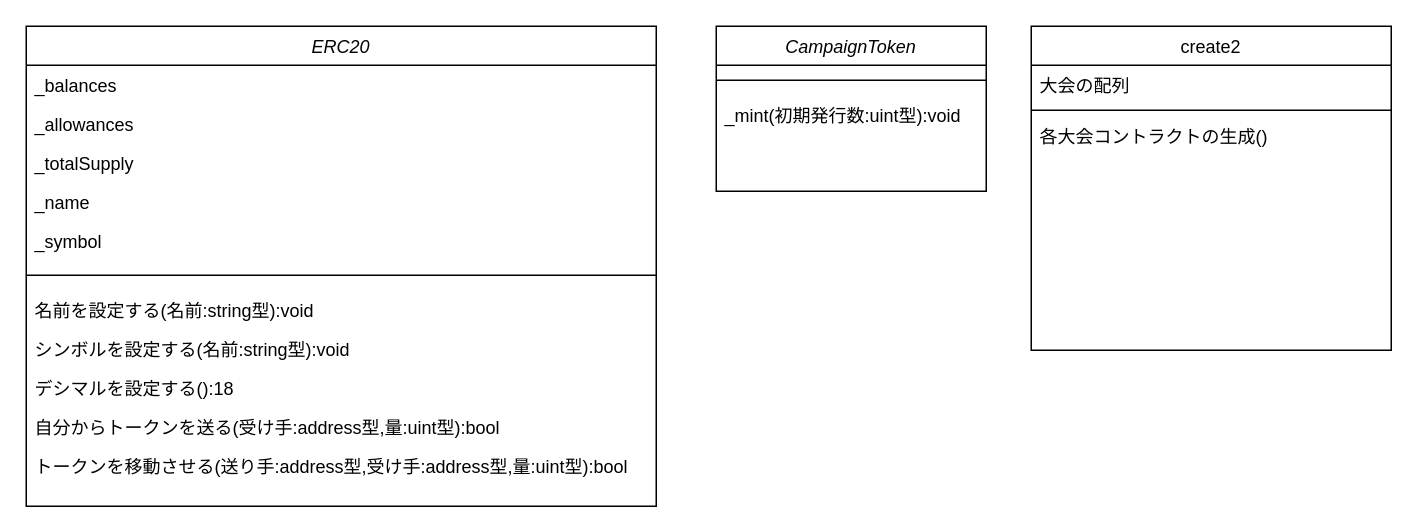
Above: BCTクラス図.drawio in SerialExperimentsNicolain/ArsenalGear (draw.io), before the change. Source tidied: cells renumbered, new cells numbered last; positions are measured from the earlier drawing's top-left corner, leaving out a move shared by most shapes. Both pictures are drawn from the tidied source at 150%, with x=0, y=0 at pixel (26, 26).
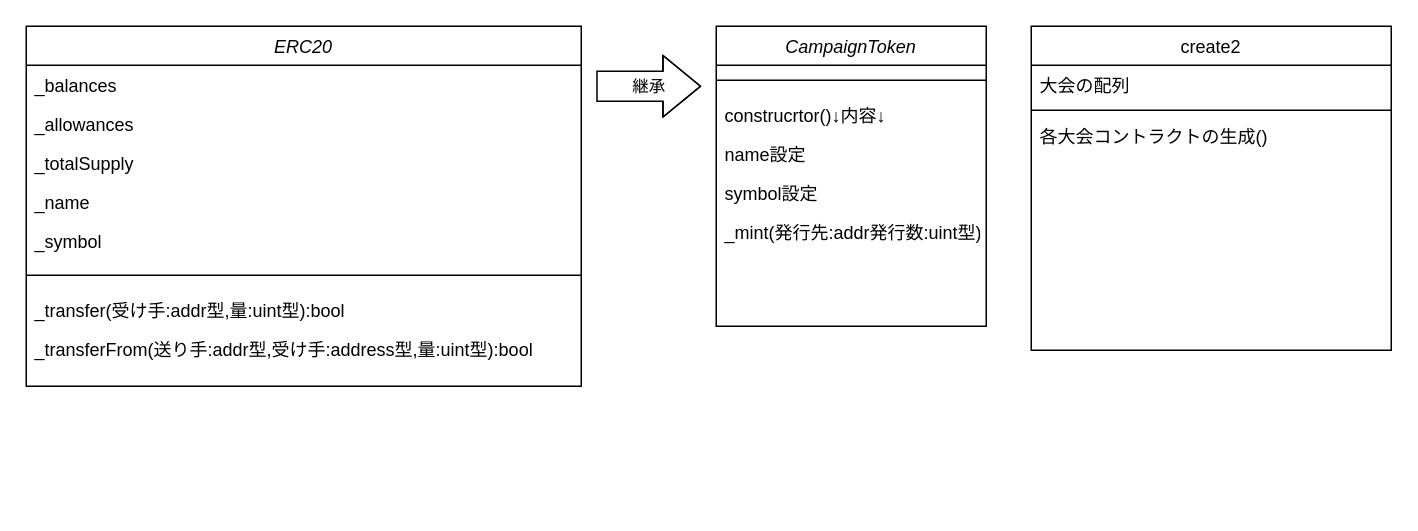
The same diagram, later.

Commit message:
BCTクラス図.drawio を更新します

Diff of the diagram source:
```diff
@@
     <mxCell id="2" value="CampaignToken" style="swimlane;fontStyle=2;align=center;verticalAlign=top;horizontal=1;startSize=26;rounded=0;shadow=0;strokeWidth=1;" parent="1" vertex="1">
-      <mxGeometry x="460" width="180" height="110" as="geometry" />
+      <mxGeometry x="460" width="180" height="200" as="geometry" />
     </mxCell>
@@
-    <mxCell id="4" value="_mint(初期発行数:uint型):void" style="text;align=left;verticalAlign=top;spacingLeft=4;spacingRight=4;overflow=hidden;" parent="2" vertex="1">
+    <mxCell id="4" value="construcrtor()↓内容↓" style="text;align=left;verticalAlign=top;spacingLeft=4;spacingRight=4;overflow=hidden;" parent="2" vertex="1">
       <mxGeometry y="46" width="180" height="26" as="geometry" />
     </mxCell>
+    <mxCell id="21" value="name設定" style="text;align=left;verticalAlign=top;spacingLeft=4;spacingRight=4;overflow=hidden;" parent="2" vertex="1">
+      <mxGeometry y="72" width="180" height="26" as="geometry" />
+    </mxCell>
+    <mxCell id="22" value="symbol設定" style="text;align=left;verticalAlign=top;spacingLeft=4;spacingRight=4;overflow=hidden;" parent="2" vertex="1">
+      <mxGeometry y="98" width="180" height="26" as="geometry" />
+    </mxCell>
+    <mxCell id="23" value="_mint(発行先:addr発行数:uint型)" style="text;align=left;verticalAlign=top;spacingLeft=4;spacingRight=4;overflow=hidden;" parent="2" vertex="1">
+      <mxGeometry y="124" width="180" height="26" as="geometry" />
+    </mxCell>
@@
     <mxCell id="9" value="ERC20" style="swimlane;fontStyle=2;align=center;verticalAlign=top;horizontal=1;startSize=26;rounded=0;shadow=0;strokeWidth=1;" parent="1" vertex="1">
-      <mxGeometry width="420" height="320" as="geometry" />
+      <mxGeometry width="370" height="240" as="geometry" />
     </mxCell>
     <mxCell id="10" value="_balances" style="text;align=left;verticalAlign=top;spacingLeft=4;spacingRight=4;overflow=hidden;" parent="9" vertex="1">
-      <mxGeometry y="26" width="420" height="26" as="geometry" />
+      <mxGeometry y="26" width="370" height="26" as="geometry" />
     </mxCell>
     <mxCell id="11" value="_allowances" style="text;align=left;verticalAlign=top;spacingLeft=4;spacingRight=4;overflow=hidden;" parent="9" vertex="1">
-      <mxGeometry y="52" width="420" height="26" as="geometry" />
+      <mxGeometry y="52" width="370" height="26" as="geometry" />
     </mxCell>
     <mxCell id="12" value="_totalSupply" style="text;align=left;verticalAlign=top;spacingLeft=4;spacingRight=4;overflow=hidden;" parent="9" vertex="1">
-      <mxGeometry y="78" width="420" height="26" as="geometry" />
+      <mxGeometry y="78" width="370" height="26" as="geometry" />
     </mxCell>
     <mxCell id="13" value="_name" style="text;align=left;verticalAlign=top;spacingLeft=4;spacingRight=4;overflow=hidden;" parent="9" vertex="1">
-      <mxGeometry y="104" width="420" height="26" as="geometry" />
+      <mxGeometry y="104" width="370" height="26" as="geometry" />
     </mxCell>
     <mxCell id="14" value="_symbol" style="text;align=left;verticalAlign=top;spacingLeft=4;spacingRight=4;overflow=hidden;" parent="9" vertex="1">
-      <mxGeometry y="130" width="420" height="26" as="geometry" />
+      <mxGeometry y="130" width="370" height="26" as="geometry" />
     </mxCell>
     <mxCell id="15" style="line;html=1;strokeWidth=1;align=left;verticalAlign=middle;spacingTop=-1;spacingLeft=3;spacingRight=3;labelPosition=right;" parent="9" vertex="1">
-      <mxGeometry y="156" width="420" height="20" as="geometry" />
+      <mxGeometry y="156" width="370" height="20" as="geometry" />
     </mxCell>
-    <mxCell id="16" value="名前を設定する(名前:string型):void" style="text;align=left;verticalAlign=top;spacingLeft=4;spacingRight=4;overflow=hidden;" parent="9" vertex="1">
-      <mxGeometry y="176" width="420" height="26" as="geometry" />
-    </mxCell>
-    <mxCell id="17" value="シンボルを設定する(名前:string型):void" style="text;align=left;verticalAlign=top;spacingLeft=4;spacingRight=4;overflow=hidden;" parent="9" vertex="1">
-      <mxGeometry y="202" width="420" height="26" as="geometry" />
-    </mxCell>
-    <mxCell id="18" value="デシマルを設定する():18" style="text;align=left;verticalAlign=top;spacingLeft=4;spacingRight=4;overflow=hidden;" parent="9" vertex="1">
-      <mxGeometry y="228" width="420" height="26" as="geometry" />
-    </mxCell>
-    <mxCell id="19" value="自分からトークンを送る(受け手:address型,量:uint型):bool" style="text;align=left;verticalAlign=top;spacingLeft=4;spacingRight=4;overflow=hidden;" parent="9" vertex="1">
-      <mxGeometry y="254" width="420" height="26" as="geometry" />
+    <mxCell id="19" value="_transfer(受け手:addr型,量:uint型):bool" style="text;align=left;verticalAlign=top;spacingLeft=4;spacingRight=4;overflow=hidden;" parent="9" vertex="1">
+      <mxGeometry y="176" width="370" height="26" as="geometry" />
     </mxCell>
-    <mxCell id="20" value="トークンを移動させる(送り手:address型,受け手:address型,量:uint型):bool" style="text;align=left;verticalAlign=top;spacingLeft=4;spacingRight=4;overflow=hidden;" parent="9" vertex="1">
-      <mxGeometry y="280" width="420" height="26" as="geometry" />
+    <mxCell id="20" value="_transferFrom(送り手:addr型,受け手:address型,量:uint型):bool" style="text;align=left;verticalAlign=top;spacingLeft=4;spacingRight=4;overflow=hidden;" parent="9" vertex="1">
+      <mxGeometry y="202" width="370" height="26" as="geometry" />
     </mxCell>
+    <mxCell id="24" value="継承" style="shape=flexArrow;endArrow=classic;html=1;rounded=0;width=20;endSize=8;" parent="1" edge="1">
+      <mxGeometry relative="1" as="geometry">
+        <mxPoint x="380" y="40" as="sourcePoint" />
+        <mxPoint x="450" y="40" as="targetPoint" />
+        <Array as="points">
+          <mxPoint x="410" y="40" />
+        </Array>
+      </mxGeometry>
+    </mxCell>
```
